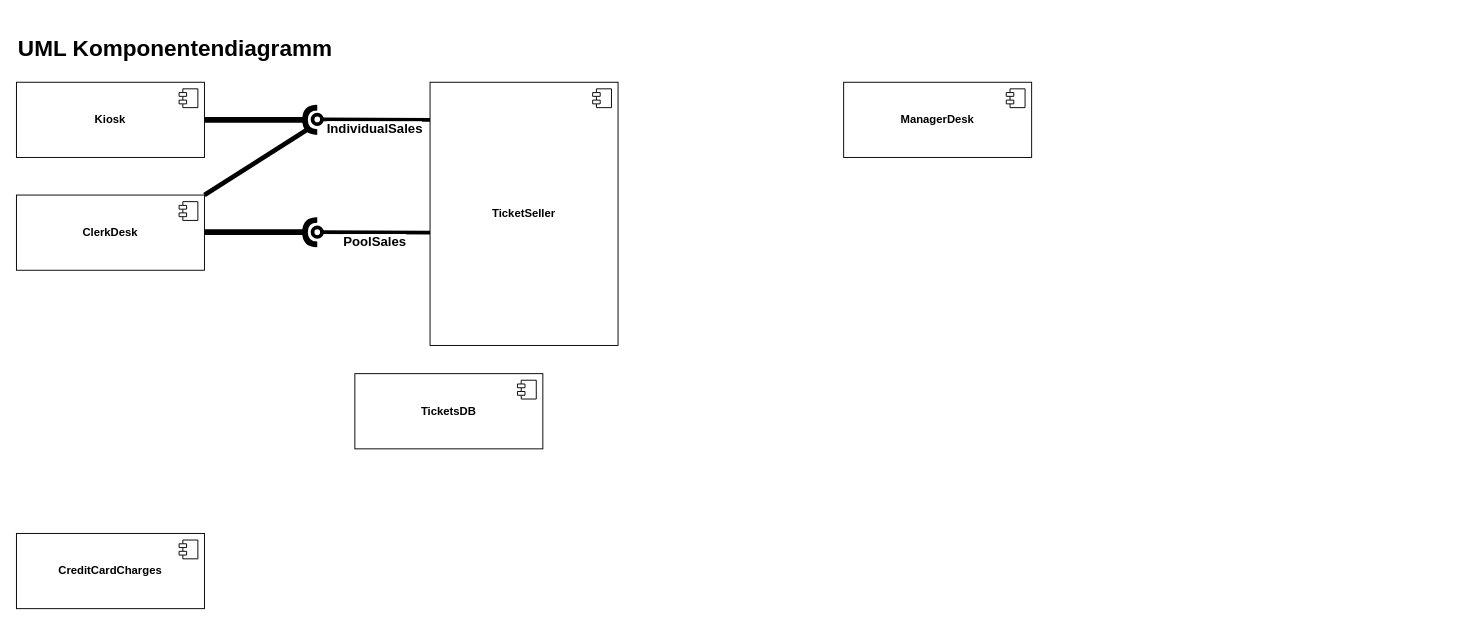
trustinveritas/draw.io keeps this draw.io diagram as UML/Komponentendiagramm/UML-Komponentendiagramm.drawio. Above is the earlier version. Source tidied: cells renumbered, new cells numbered last; positions are measured from the earlier drawing's top-left corner, leaving out a move shared by most shapes. Both pictures are drawn from the tidied source at 94%, with x=0, y=0 at pixel (16, 16).
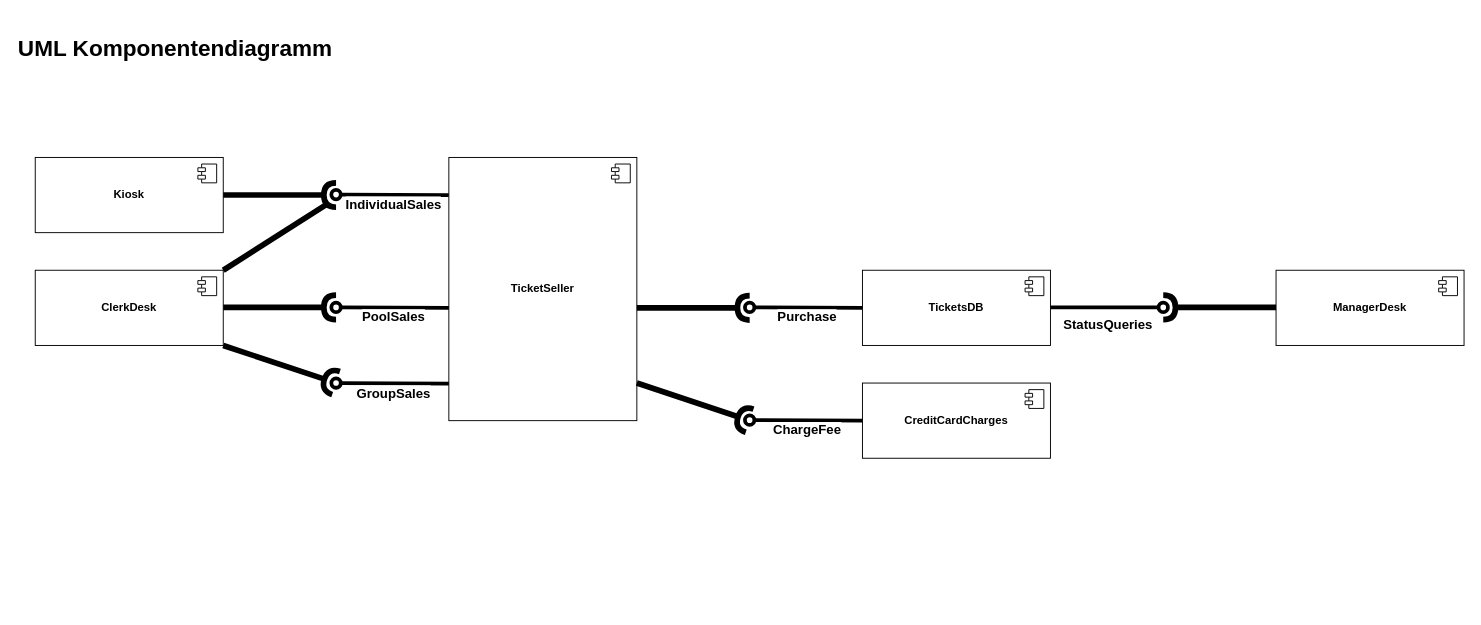
The same diagram, later.

What changed in the source:
```diff
@@
     <mxCell id="3" value="&lt;b&gt;Kiosk&lt;/b&gt;" style="html=1;whiteSpace=wrap;" parent="1" vertex="1">
-      <mxGeometry y="70" width="200" height="80" as="geometry" />
+      <mxGeometry x="20" y="150" width="200" height="80" as="geometry" />
     </mxCell>
@@
     <mxCell id="5" style="rounded=0;orthogonalLoop=1;jettySize=auto;html=1;endArrow=halfCircle;endFill=0;endSize=6;strokeWidth=6;sketch=0;" parent="1" edge="1">
       <mxGeometry relative="1" as="geometry">
-        <mxPoint x="200" y="110" as="sourcePoint" />
-        <mxPoint x="320" y="110" as="targetPoint" />
+        <mxPoint x="220" y="190" as="sourcePoint" />
+        <mxPoint x="340" y="190" as="targetPoint" />
       </mxGeometry>
     </mxCell>
     <mxCell id="6" style="rounded=0;orthogonalLoop=1;jettySize=auto;html=1;endArrow=oval;endFill=0;sketch=0;sourcePerimeterSpacing=0;targetPerimeterSpacing=0;endSize=10;strokeWidth=4;" parent="1" edge="1">
       <mxGeometry relative="1" as="geometry">
-        <mxPoint x="440" y="110" as="sourcePoint" />
-        <mxPoint x="320" y="109.5" as="targetPoint" />
+        <mxPoint x="460" y="190" as="sourcePoint" />
+        <mxPoint x="340" y="189.5" as="targetPoint" />
       </mxGeometry>
     </mxCell>
@@
     <mxCell id="8" style="ellipse;whiteSpace=wrap;html=1;align=center;fillColor=none;strokeColor=none;perimeter=centerPerimeter;strokeWidth=4;" parent="1" vertex="1">
-      <mxGeometry x="275" y="330" width="10" height="10" as="geometry" />
+      <mxGeometry x="295" y="410" width="10" height="10" as="geometry" />
     </mxCell>
     <mxCell id="9" value="&lt;b&gt;TicketSeller&lt;/b&gt;" style="html=1;whiteSpace=wrap;" parent="1" vertex="1">
-      <mxGeometry x="440" y="70" width="200" height="280" as="geometry" />
+      <mxGeometry x="460" y="150" width="200" height="280" as="geometry" />
     </mxCell>
@@
     <mxCell id="11" value="&lt;b&gt;ClerkDesk&lt;/b&gt;" style="html=1;whiteSpace=wrap;" parent="1" vertex="1">
-      <mxGeometry y="190" width="200" height="80" as="geometry" />
+      <mxGeometry x="20" y="270" width="200" height="80" as="geometry" />
     </mxCell>
@@
     <mxCell id="13" value="&lt;b&gt;ManagerDesk&lt;br&gt;&lt;/b&gt;" style="html=1;whiteSpace=wrap;" parent="1" vertex="1">
-      <mxGeometry x="880" y="70" width="200" height="80" as="geometry" />
+      <mxGeometry x="1340" y="270" width="200" height="80" as="geometry" />
     </mxCell>
@@
     <mxCell id="15" value="&lt;b&gt;TicketsDB&lt;/b&gt;" style="html=1;whiteSpace=wrap;" parent="1" vertex="1">
-      <mxGeometry x="360" y="380" width="200" height="80" as="geometry" />
+      <mxGeometry x="900" y="270" width="200" height="80" as="geometry" />
     </mxCell>
@@
     <mxCell id="17" value="&lt;b&gt;CreditCardCharges&lt;/b&gt;" style="html=1;whiteSpace=wrap;" parent="1" vertex="1">
-      <mxGeometry y="550" width="200" height="80" as="geometry" />
+      <mxGeometry x="900" y="390" width="200" height="80" as="geometry" />
     </mxCell>
@@
-    <mxCell id="19" style="rounded=0;jettySize=auto;html=1;endArrow=none;endFill=0;sketch=0;sourcePerimeterSpacing=0;targetPerimeterSpacing=0;endSize=10;strokeWidth=5;entryX=1;entryY=0;entryDx=0;entryDy=0;" parent="1" edge="1" target="11">
+    <mxCell id="19" style="rounded=0;jettySize=auto;html=1;endArrow=none;endFill=0;sketch=0;sourcePerimeterSpacing=0;targetPerimeterSpacing=0;endSize=10;strokeWidth=6;entryX=1;entryY=0;entryDx=0;entryDy=0;" parent="1" edge="1" target="11">
       <mxGeometry relative="1" as="geometry">
-        <mxPoint x="310" y="120" as="sourcePoint" />
+        <mxPoint x="330" y="200" as="sourcePoint" />
       </mxGeometry>
     </mxCell>
     <mxCell id="20" style="rounded=0;orthogonalLoop=1;jettySize=auto;html=1;endArrow=halfCircle;endFill=0;endSize=6;strokeWidth=6;sketch=0;" parent="1" edge="1">
       <mxGeometry relative="1" as="geometry">
-        <mxPoint x="200" y="229.5" as="sourcePoint" />
-        <mxPoint x="320" y="229.5" as="targetPoint" />
+        <mxPoint x="220" y="309.5" as="sourcePoint" />
+        <mxPoint x="340" y="309.5" as="targetPoint" />
       </mxGeometry>
     </mxCell>
     <mxCell id="21" style="rounded=0;orthogonalLoop=1;jettySize=auto;html=1;endArrow=oval;endFill=0;sketch=0;sourcePerimeterSpacing=0;targetPerimeterSpacing=0;endSize=10;strokeWidth=4;" parent="1" edge="1">
       <mxGeometry relative="1" as="geometry">
-        <mxPoint x="440" y="230" as="sourcePoint" />
-        <mxPoint x="320" y="229.5" as="targetPoint" />
+        <mxPoint x="460" y="310" as="sourcePoint" />
+        <mxPoint x="340" y="309.5" as="targetPoint" />
       </mxGeometry>
     </mxCell>
@@
+    <mxCell id="23" style="rounded=0;orthogonalLoop=1;jettySize=auto;html=1;endArrow=halfCircle;endFill=0;endSize=6;strokeWidth=6;sketch=0;" parent="1" edge="1">
+      <mxGeometry relative="1" as="geometry">
+        <mxPoint x="220" y="350" as="sourcePoint" />
+        <mxPoint x="340" y="390" as="targetPoint" />
+      </mxGeometry>
+    </mxCell>
+    <mxCell id="24" style="rounded=0;orthogonalLoop=1;jettySize=auto;html=1;endArrow=oval;endFill=0;sketch=0;sourcePerimeterSpacing=0;targetPerimeterSpacing=0;endSize=10;strokeWidth=4;" parent="1" edge="1">
+      <mxGeometry relative="1" as="geometry">
+        <mxPoint x="460" y="390.5" as="sourcePoint" />
+        <mxPoint x="340" y="390" as="targetPoint" />
+      </mxGeometry>
+    </mxCell>
+    <mxCell id="25" value="&lt;font size=&quot;1&quot;&gt;&lt;b style=&quot;font-size: 14px;&quot;&gt;GroupSales&lt;/b&gt;&lt;/font&gt;" style="edgeLabel;html=1;align=center;verticalAlign=middle;" parent="24" vertex="1">
+      <mxGeometry y="-4" relative="1" as="geometry">
+        <mxPoint y="14" as="offset" />
+      </mxGeometry>
+    </mxCell>
+    <mxCell id="26" style="rounded=0;orthogonalLoop=1;jettySize=auto;html=1;endArrow=oval;endFill=0;sketch=0;sourcePerimeterSpacing=0;targetPerimeterSpacing=0;endSize=10;strokeWidth=4;" parent="1" edge="1">
+      <mxGeometry relative="1" as="geometry">
+        <mxPoint x="900" y="430" as="sourcePoint" />
+        <mxPoint x="780" y="429.5" as="targetPoint" />
+      </mxGeometry>
+    </mxCell>
+    <mxCell id="27" value="&lt;font size=&quot;1&quot;&gt;&lt;b style=&quot;font-size: 14px;&quot;&gt;ChargeFee&lt;/b&gt;&lt;/font&gt;" style="edgeLabel;html=1;align=center;verticalAlign=middle;" parent="26" vertex="1">
+      <mxGeometry y="-4" relative="1" as="geometry">
+        <mxPoint y="14" as="offset" />
+      </mxGeometry>
+    </mxCell>
+    <mxCell id="28" style="rounded=0;orthogonalLoop=1;jettySize=auto;html=1;endArrow=halfCircle;endFill=0;endSize=6;strokeWidth=6;sketch=0;" parent="1" edge="1">
+      <mxGeometry relative="1" as="geometry">
+        <mxPoint x="660" y="390" as="sourcePoint" />
+        <mxPoint x="780" y="430" as="targetPoint" />
+      </mxGeometry>
+    </mxCell>
+    <mxCell id="29" style="rounded=0;orthogonalLoop=1;jettySize=auto;html=1;endArrow=oval;endFill=0;sketch=0;sourcePerimeterSpacing=0;targetPerimeterSpacing=0;endSize=10;strokeWidth=4;" parent="1" edge="1">
+      <mxGeometry relative="1" as="geometry">
+        <mxPoint x="900" y="310" as="sourcePoint" />
+        <mxPoint x="780" y="309.5" as="targetPoint" />
+      </mxGeometry>
+    </mxCell>
+    <mxCell id="30" value="&lt;font size=&quot;1&quot;&gt;&lt;b style=&quot;font-size: 14px;&quot;&gt;Purchase&lt;/b&gt;&lt;/font&gt;" style="edgeLabel;html=1;align=center;verticalAlign=middle;" parent="29" vertex="1">
+      <mxGeometry y="-4" relative="1" as="geometry">
+        <mxPoint y="14" as="offset" />
+      </mxGeometry>
+    </mxCell>
+    <mxCell id="31" style="rounded=0;orthogonalLoop=1;jettySize=auto;html=1;endArrow=halfCircle;endFill=0;endSize=6;strokeWidth=6;sketch=0;" parent="1" edge="1">
+      <mxGeometry relative="1" as="geometry">
+        <mxPoint x="660" y="310" as="sourcePoint" />
+        <mxPoint x="780" y="310" as="targetPoint" />
+      </mxGeometry>
+    </mxCell>
+    <mxCell id="32" style="rounded=0;orthogonalLoop=1;jettySize=auto;html=1;endArrow=oval;endFill=0;sketch=0;sourcePerimeterSpacing=0;targetPerimeterSpacing=0;endSize=10;strokeWidth=4;entryX=0;entryY=0.5;entryDx=0;entryDy=0;" parent="1" edge="1">
+      <mxGeometry relative="1" as="geometry">
+        <mxPoint x="1100" y="309.5" as="sourcePoint" />
+        <mxPoint x="1220" y="309.5" as="targetPoint" />
+      </mxGeometry>
+    </mxCell>
+    <mxCell id="33" value="&lt;font size=&quot;1&quot;&gt;&lt;b style=&quot;font-size: 14px;&quot;&gt;StatusQueries&lt;/b&gt;&lt;/font&gt;" style="edgeLabel;html=1;align=center;verticalAlign=middle;" parent="32" vertex="1">
+      <mxGeometry y="-4" relative="1" as="geometry">
+        <mxPoint y="14" as="offset" />
+      </mxGeometry>
+    </mxCell>
+    <mxCell id="34" style="rounded=0;orthogonalLoop=1;jettySize=auto;html=1;endArrow=halfCircle;endFill=0;endSize=6;strokeWidth=6;sketch=0;" parent="1" edge="1">
+      <mxGeometry relative="1" as="geometry">
+        <mxPoint x="1340" y="309.5" as="sourcePoint" />
+        <mxPoint x="1220" y="309.5" as="targetPoint" />
+      </mxGeometry>
+    </mxCell>
```
